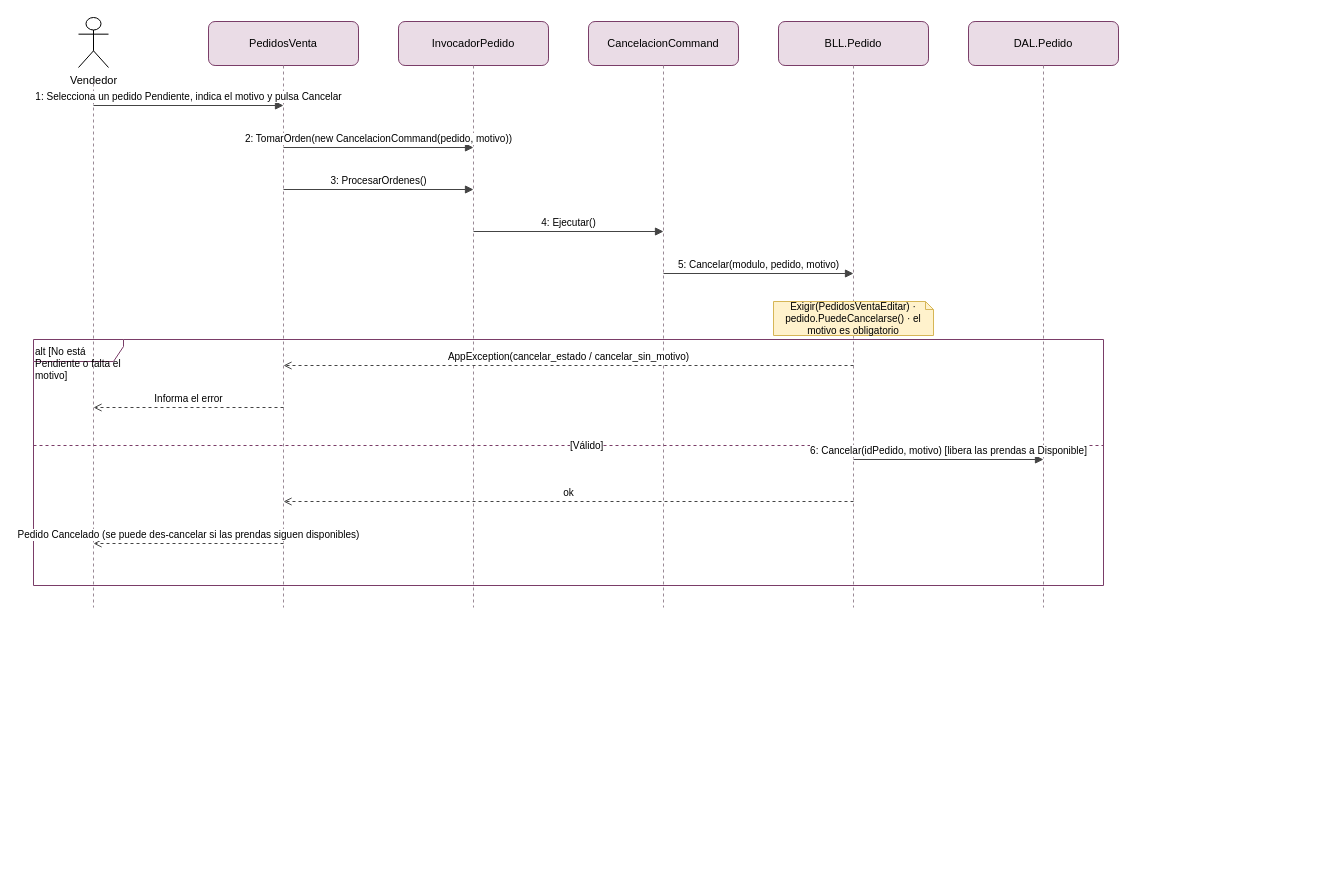
Above: docs/diagramas/drawio/DSS_PN01_CU07_CancelarPedido.drawio in valentinamorana/Trabajo-de-Diploma (draw.io), before the change. Source tidied: cells renumbered, new cells numbered last; positions are measured from the earlier drawing's top-left corner, leaving out a move shared by most shapes. Both pictures are drawn from the tidied source at 100%, with x=0, y=0 at pixel (33, 17).
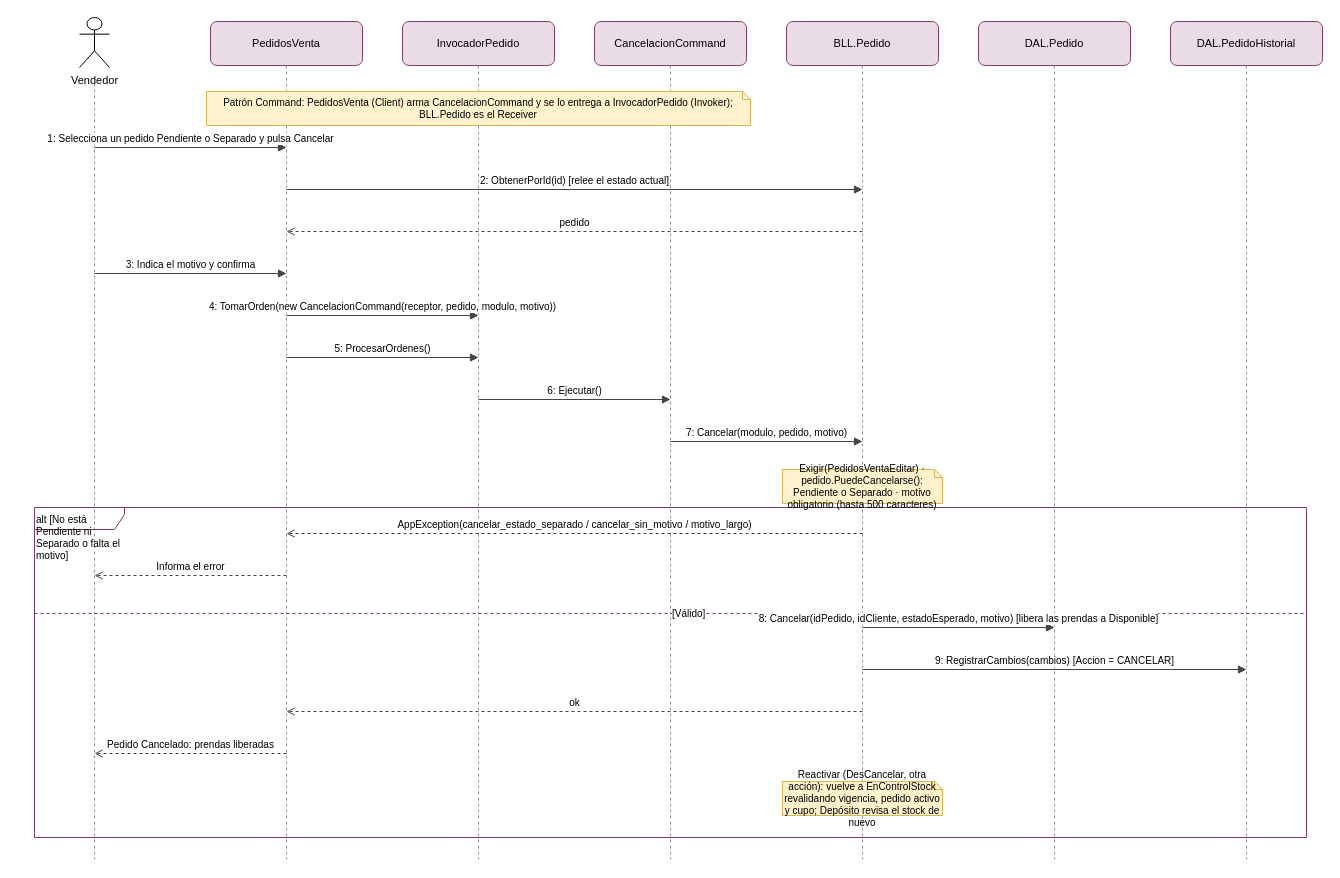
Above is the later version.

Change to the diagram source:
```diff
@@
     <mxCell id="2" value="Vendedor" style="shape=umlActor;verticalLabelPosition=bottom;verticalAlign=top;html=1;fontSize=11;" parent="1" vertex="1">
-      <mxGeometry x="45" width="30" height="50" as="geometry" />
+      <mxGeometry x="46" width="30" height="50" as="geometry" />
     </mxCell>
     <mxCell id="3" style="endArrow=none;dashed=1;html=1;strokeColor=#9a8a96;" parent="1" edge="1">
       <mxGeometry relative="1" as="geometry">
-        <mxPoint x="60" y="66" as="sourcePoint" />
-        <mxPoint x="60" y="590" as="targetPoint" />
+        <mxPoint x="61" y="66" as="sourcePoint" />
+        <mxPoint x="61" y="842" as="targetPoint" />
       </mxGeometry>
     </mxCell>
     <mxCell id="4" value="PedidosVenta" style="rounded=1;whiteSpace=wrap;html=1;fillColor=#EADCE6;strokeColor=#7a3d68;fontSize=11;" parent="1" vertex="1">
-      <mxGeometry x="175" y="4" width="150" height="44" as="geometry" />
+      <mxGeometry x="177" y="4" width="152" height="44" as="geometry" />
     </mxCell>
     <mxCell id="5" style="endArrow=none;dashed=1;html=1;strokeColor=#9a8a96;" parent="1" edge="1">
       <mxGeometry relative="1" as="geometry">
-        <mxPoint x="250" y="48" as="sourcePoint" />
-        <mxPoint x="250" y="590" as="targetPoint" />
+        <mxPoint x="253" y="48" as="sourcePoint" />
+        <mxPoint x="253" y="842" as="targetPoint" />
       </mxGeometry>
     </mxCell>
     <mxCell id="6" value="InvocadorPedido" style="rounded=1;whiteSpace=wrap;html=1;fillColor=#EADCE6;strokeColor=#7a3d68;fontSize=11;" parent="1" vertex="1">
-      <mxGeometry x="365" y="4" width="150" height="44" as="geometry" />
+      <mxGeometry x="369" y="4" width="152" height="44" as="geometry" />
     </mxCell>
     <mxCell id="7" style="endArrow=none;dashed=1;html=1;strokeColor=#9a8a96;" parent="1" edge="1">
       <mxGeometry relative="1" as="geometry">
-        <mxPoint x="440" y="48" as="sourcePoint" />
-        <mxPoint x="440" y="590" as="targetPoint" />
+        <mxPoint x="445" y="48" as="sourcePoint" />
+        <mxPoint x="445" y="842" as="targetPoint" />
       </mxGeometry>
     </mxCell>
     <mxCell id="8" value="CancelacionCommand" style="rounded=1;whiteSpace=wrap;html=1;fillColor=#EADCE6;strokeColor=#7a3d68;fontSize=11;" parent="1" vertex="1">
-      <mxGeometry x="555" y="4" width="150" height="44" as="geometry" />
+      <mxGeometry x="561" y="4" width="152" height="44" as="geometry" />
     </mxCell>
     <mxCell id="9" style="endArrow=none;dashed=1;html=1;strokeColor=#9a8a96;" parent="1" edge="1">
       <mxGeometry relative="1" as="geometry">
-        <mxPoint x="630" y="48" as="sourcePoint" />
-        <mxPoint x="630" y="590" as="targetPoint" />
+        <mxPoint x="637" y="48" as="sourcePoint" />
+        <mxPoint x="637" y="842" as="targetPoint" />
       </mxGeometry>
     </mxCell>
     <mxCell id="10" value="BLL.Pedido" style="rounded=1;whiteSpace=wrap;html=1;fillColor=#EADCE6;strokeColor=#7a3d68;fontSize=11;" parent="1" vertex="1">
-      <mxGeometry x="745" y="4" width="150" height="44" as="geometry" />
+      <mxGeometry x="753" y="4" width="152" height="44" as="geometry" />
     </mxCell>
     <mxCell id="11" style="endArrow=none;dashed=1;html=1;strokeColor=#9a8a96;" parent="1" edge="1">
       <mxGeometry relative="1" as="geometry">
-        <mxPoint x="820" y="48" as="sourcePoint" />
-        <mxPoint x="820" y="590" as="targetPoint" />
+        <mxPoint x="829" y="48" as="sourcePoint" />
+        <mxPoint x="829" y="842" as="targetPoint" />
       </mxGeometry>
     </mxCell>
     <mxCell id="12" value="DAL.Pedido" style="rounded=1;whiteSpace=wrap;html=1;fillColor=#EADCE6;strokeColor=#7a3d68;fontSize=11;" parent="1" vertex="1">
-      <mxGeometry x="935" y="4" width="150" height="44" as="geometry" />
+      <mxGeometry x="945" y="4" width="152" height="44" as="geometry" />
     </mxCell>
     <mxCell id="13" style="endArrow=none;dashed=1;html=1;strokeColor=#9a8a96;" parent="1" edge="1">
       <mxGeometry relative="1" as="geometry">
-        <mxPoint x="1010" y="48" as="sourcePoint" />
-        <mxPoint x="1010" y="590" as="targetPoint" />
+        <mxPoint x="1021" y="48" as="sourcePoint" />
+        <mxPoint x="1021" y="842" as="targetPoint" />
       </mxGeometry>
     </mxCell>
-    <mxCell id="14" value="alt [No está Pendiente o falta el motivo]" style="shape=umlFrame;whiteSpace=wrap;html=1;fillColor=none;strokeColor=#7a3d68;align=left;verticalAlign=top;fontSize=10;width=90;height=22;" parent="1" vertex="1">
-      <mxGeometry y="322" width="1070" height="246" as="geometry" />
+    <mxCell id="14" value="DAL.PedidoHistorial" style="rounded=1;whiteSpace=wrap;html=1;fillColor=#EADCE6;strokeColor=#7a3d68;fontSize=11;" parent="1" vertex="1">
+      <mxGeometry x="1137" y="4" width="152" height="44" as="geometry" />
     </mxCell>
-    <mxCell id="15" value="[Válido]" style="endArrow=none;dashed=1;html=1;fontSize=10;align=left;strokeColor=#7a3d68;" parent="1" edge="1">
+    <mxCell id="15" style="endArrow=none;dashed=1;html=1;strokeColor=#9a8a96;" parent="1" edge="1">
       <mxGeometry relative="1" as="geometry">
-        <mxPoint y="428" as="sourcePoint" />
-        <mxPoint x="1070" y="428" as="targetPoint" />
+        <mxPoint x="1213" y="48" as="sourcePoint" />
+        <mxPoint x="1213" y="842" as="targetPoint" />
       </mxGeometry>
     </mxCell>
-    <mxCell id="16" value="Exigir(PedidosVentaEditar) · pedido.PuedeCancelarse() · el motivo es obligatorio" style="shape=note;whiteSpace=wrap;html=1;fillColor=#FFF2CC;strokeColor=#d6b656;fontSize=10;size=8;" parent="1" vertex="1">
-      <mxGeometry x="740" y="284" width="160" height="34" as="geometry" />
+    <mxCell id="16" value="alt [No está Pendiente ni Separado o falta el motivo]" style="shape=umlFrame;whiteSpace=wrap;html=1;fillColor=none;strokeColor=#7a3d68;align=left;verticalAlign=top;fontSize=10;width=90;height=22;" parent="1" vertex="1">
+      <mxGeometry x="1" y="490" width="1272" height="330" as="geometry" />
     </mxCell>
-    <mxCell id="17" value="1: Selecciona un pedido Pendiente, indica el motivo y pulsa Cancelar" style="html=1;verticalAlign=bottom;endArrow=block;endFill=1;fontSize=10;strokeColor=#444;" parent="1" edge="1">
+    <mxCell id="17" value="[Válido]" style="endArrow=none;dashed=1;html=1;fontSize=10;align=left;strokeColor=#7a3d68;" parent="1" edge="1">
       <mxGeometry relative="1" as="geometry">
-        <mxPoint x="60" y="88" as="sourcePoint" />
-        <mxPoint x="250" y="88" as="targetPoint" />
+        <mxPoint x="1" y="596" as="sourcePoint" />
+        <mxPoint x="1273" y="596" as="targetPoint" />
       </mxGeometry>
     </mxCell>
-    <mxCell id="18" value="2: TomarOrden(new CancelacionCommand(pedido, motivo))" style="html=1;verticalAlign=bottom;endArrow=block;endFill=1;fontSize=10;strokeColor=#444;" parent="1" edge="1">
-      <mxGeometry relative="1" as="geometry">
-        <mxPoint x="250" y="130" as="sourcePoint" />
-        <mxPoint x="440" y="130" as="targetPoint" />
-      </mxGeometry>
+    <mxCell id="18" value="Patrón Command: PedidosVenta (Client) arma CancelacionCommand y se lo entrega a InvocadorPedido (Invoker); BLL.Pedido es el Receiver" style="shape=note;whiteSpace=wrap;html=1;fillColor=#FFF2CC;strokeColor=#d6b656;fontSize=10;size=8;" parent="1" vertex="1">
+      <mxGeometry x="173" y="74" width="544" height="34" as="geometry" />
     </mxCell>
-    <mxCell id="19" value="3: ProcesarOrdenes()" style="html=1;verticalAlign=bottom;endArrow=block;endFill=1;fontSize=10;strokeColor=#444;" parent="1" edge="1">
-      <mxGeometry relative="1" as="geometry">
-        <mxPoint x="250" y="172" as="sourcePoint" />
-        <mxPoint x="440" y="172" as="targetPoint" />
-      </mxGeometry>
+    <mxCell id="19" value="Exigir(PedidosVentaEditar) · pedido.PuedeCancelarse(): Pendiente o Separado · motivo obligatorio (hasta 500 caracteres)" style="shape=note;whiteSpace=wrap;html=1;fillColor=#FFF2CC;strokeColor=#d6b656;fontSize=10;size=8;" parent="1" vertex="1">
+      <mxGeometry x="749" y="452" width="160" height="34" as="geometry" />
     </mxCell>
-    <mxCell id="20" value="4: Ejecutar()" style="html=1;verticalAlign=bottom;endArrow=block;endFill=1;fontSize=10;strokeColor=#444;" parent="1" edge="1">
-      <mxGeometry relative="1" as="geometry">
-        <mxPoint x="440" y="214" as="sourcePoint" />
-        <mxPoint x="630" y="214" as="targetPoint" />
-      </mxGeometry>
+    <mxCell id="20" value="Reactivar (DesCancelar, otra acción): vuelve a EnControlStock revalidando vigencia, pedido activo y cupo; Depósito revisa el stock de nuevo" style="shape=note;whiteSpace=wrap;html=1;fillColor=#FFF2CC;strokeColor=#d6b656;fontSize=10;size=8;" parent="1" vertex="1">
+      <mxGeometry x="749" y="764" width="160" height="34" as="geometry" />
     </mxCell>
-    <mxCell id="21" value="5: Cancelar(modulo, pedido, motivo)" style="html=1;verticalAlign=bottom;endArrow=block;endFill=1;fontSize=10;strokeColor=#444;" parent="1" edge="1">
+    <mxCell id="21" value="1: Selecciona un pedido Pendiente o Separado y pulsa Cancelar" style="html=1;verticalAlign=bottom;endArrow=block;endFill=1;fontSize=10;strokeColor=#444;" parent="1" edge="1">
       <mxGeometry relative="1" as="geometry">
-        <mxPoint x="630" y="256" as="sourcePoint" />
-        <mxPoint x="820" y="256" as="targetPoint" />
+        <mxPoint x="61" y="130" as="sourcePoint" />
+        <mxPoint x="253" y="130" as="targetPoint" />
       </mxGeometry>
     </mxCell>
-    <mxCell id="22" value="AppException(cancelar_estado / cancelar_sin_motivo)" style="html=1;verticalAlign=bottom;endArrow=open;endFill=0;dashed=1;fontSize=10;strokeColor=#444;" parent="1" edge="1">
+    <mxCell id="22" value="2: ObtenerPorId(id)  [relee el estado actual]" style="html=1;verticalAlign=bottom;endArrow=block;endFill=1;fontSize=10;strokeColor=#444;" parent="1" edge="1">
       <mxGeometry relative="1" as="geometry">
-        <mxPoint x="820" y="348" as="sourcePoint" />
-        <mxPoint x="250" y="348" as="targetPoint" />
+        <mxPoint x="253" y="172" as="sourcePoint" />
+        <mxPoint x="829" y="172" as="targetPoint" />
       </mxGeometry>
     </mxCell>
-    <mxCell id="23" value="Informa el error" style="html=1;verticalAlign=bottom;endArrow=open;endFill=0;dashed=1;fontSize=10;strokeColor=#444;" parent="1" edge="1">
+    <mxCell id="23" value="pedido" style="html=1;verticalAlign=bottom;endArrow=open;endFill=0;dashed=1;fontSize=10;strokeColor=#444;" parent="1" edge="1">
       <mxGeometry relative="1" as="geometry">
-        <mxPoint x="250" y="390" as="sourcePoint" />
-        <mxPoint x="60" y="390" as="targetPoint" />
+        <mxPoint x="829" y="214" as="sourcePoint" />
+        <mxPoint x="253" y="214" as="targetPoint" />
       </mxGeometry>
     </mxCell>
-    <mxCell id="24" value="6: Cancelar(idPedido, motivo)  [libera las prendas a Disponible]" style="html=1;verticalAlign=bottom;endArrow=block;endFill=1;fontSize=10;strokeColor=#444;" parent="1" edge="1">
+    <mxCell id="24" value="3: Indica el motivo y confirma" style="html=1;verticalAlign=bottom;endArrow=block;endFill=1;fontSize=10;strokeColor=#444;" parent="1" edge="1">
       <mxGeometry relative="1" as="geometry">
-        <mxPoint x="820" y="442" as="sourcePoint" />
-        <mxPoint x="1010" y="442" as="targetPoint" />
+        <mxPoint x="61" y="256" as="sourcePoint" />
+        <mxPoint x="253" y="256" as="targetPoint" />
       </mxGeometry>
     </mxCell>
-    <mxCell id="25" value="ok" style="html=1;verticalAlign=bottom;endArrow=open;endFill=0;dashed=1;fontSize=10;strokeColor=#444;" parent="1" edge="1">
+    <mxCell id="25" value="4: TomarOrden(new CancelacionCommand(receptor, pedido, modulo, motivo))" style="html=1;verticalAlign=bottom;endArrow=block;endFill=1;fontSize=10;strokeColor=#444;" parent="1" edge="1">
       <mxGeometry relative="1" as="geometry">
-        <mxPoint x="820" y="484" as="sourcePoint" />
-        <mxPoint x="250" y="484" as="targetPoint" />
+        <mxPoint x="253" y="298" as="sourcePoint" />
+        <mxPoint x="445" y="298" as="targetPoint" />
       </mxGeometry>
     </mxCell>
-    <mxCell id="26" value="Pedido Cancelado (se puede des-cancelar si las prendas siguen disponibles)" style="html=1;verticalAlign=bottom;endArrow=open;endFill=0;dashed=1;fontSize=10;strokeColor=#444;" parent="1" edge="1">
+    <mxCell id="26" value="5: ProcesarOrdenes()" style="html=1;verticalAlign=bottom;endArrow=block;endFill=1;fontSize=10;strokeColor=#444;" parent="1" edge="1">
       <mxGeometry relative="1" as="geometry">
-        <mxPoint x="250" y="526" as="sourcePoint" />
-        <mxPoint x="60" y="526" as="targetPoint" />
+        <mxPoint x="253" y="340" as="sourcePoint" />
+        <mxPoint x="445" y="340" as="targetPoint" />
       </mxGeometry>
     </mxCell>
+    <mxCell id="27" value="6: Ejecutar()" style="html=1;verticalAlign=bottom;endArrow=block;endFill=1;fontSize=10;strokeColor=#444;" parent="1" edge="1">
+      <mxGeometry relative="1" as="geometry">
+        <mxPoint x="445" y="382" as="sourcePoint" />
+        <mxPoint x="637" y="382" as="targetPoint" />
+      </mxGeometry>
+    </mxCell>
+    <mxCell id="28" value="7: Cancelar(modulo, pedido, motivo)" style="html=1;verticalAlign=bottom;endArrow=block;endFill=1;fontSize=10;strokeColor=#444;" parent="1" edge="1">
+      <mxGeometry relative="1" as="geometry">
+        <mxPoint x="637" y="424" as="sourcePoint" />
+        <mxPoint x="829" y="424" as="targetPoint" />
+      </mxGeometry>
+    </mxCell>
+    <mxCell id="29" value="AppException(cancelar_estado_separado / cancelar_sin_motivo / motivo_largo)" style="html=1;verticalAlign=bottom;endArrow=open;endFill=0;dashed=1;fontSize=10;strokeColor=#444;" parent="1" edge="1">
+      <mxGeometry relative="1" as="geometry">
+        <mxPoint x="829" y="516" as="sourcePoint" />
+        <mxPoint x="253" y="516" as="targetPoint" />
+      </mxGeometry>
+    </mxCell>
+    <mxCell id="30" value="Informa el error" style="html=1;verticalAlign=bottom;endArrow=open;endFill=0;dashed=1;fontSize=10;strokeColor=#444;" parent="1" edge="1">
+      <mxGeometry relative="1" as="geometry">
+        <mxPoint x="253" y="558" as="sourcePoint" />
+        <mxPoint x="61" y="558" as="targetPoint" />
+      </mxGeometry>
+    </mxCell>
+    <mxCell id="31" value="8: Cancelar(idPedido, idCliente, estadoEsperado, motivo)  [libera las prendas a Disponible]" style="html=1;verticalAlign=bottom;endArrow=block;endFill=1;fontSize=10;strokeColor=#444;" parent="1" edge="1">
+      <mxGeometry relative="1" as="geometry">
+        <mxPoint x="829" y="610" as="sourcePoint" />
+        <mxPoint x="1021" y="610" as="targetPoint" />
+      </mxGeometry>
+    </mxCell>
+    <mxCell id="32" value="9: RegistrarCambios(cambios)  [Accion = CANCELAR]" style="html=1;verticalAlign=bottom;endArrow=block;endFill=1;fontSize=10;strokeColor=#444;" parent="1" edge="1">
+      <mxGeometry relative="1" as="geometry">
+        <mxPoint x="829" y="652" as="sourcePoint" />
+        <mxPoint x="1213" y="652" as="targetPoint" />
+      </mxGeometry>
+    </mxCell>
+    <mxCell id="33" value="ok" style="html=1;verticalAlign=bottom;endArrow=open;endFill=0;dashed=1;fontSize=10;strokeColor=#444;" parent="1" edge="1">
+      <mxGeometry relative="1" as="geometry">
+        <mxPoint x="829" y="694" as="sourcePoint" />
+        <mxPoint x="253" y="694" as="targetPoint" />
+      </mxGeometry>
+    </mxCell>
+    <mxCell id="34" value="Pedido Cancelado: prendas liberadas" style="html=1;verticalAlign=bottom;endArrow=open;endFill=0;dashed=1;fontSize=10;strokeColor=#444;" parent="1" edge="1">
+      <mxGeometry relative="1" as="geometry">
+        <mxPoint x="253" y="736" as="sourcePoint" />
+        <mxPoint x="61" y="736" as="targetPoint" />
+      </mxGeometry>
+    </mxCell>
```
